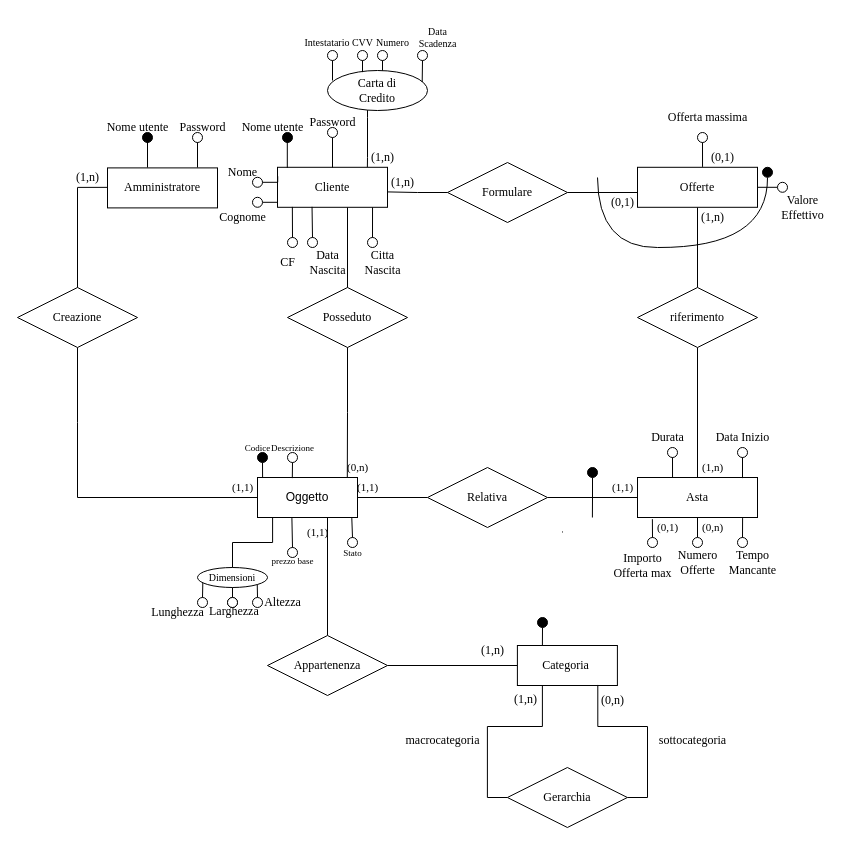
Before: materiale/Schemi Base E-R/Diagramma ER daRistrutturare.drawio in A-lex00/AsteOnlineBD, a draw.io diagram. Source tidied: cells renumbered, new cells numbered last; positions are measured from the earlier drawing's top-left corner, leaving out a move shared by most shapes. Both pictures are drawn from the tidied source at 100%, with x=0, y=0 at pixel (17, 17).
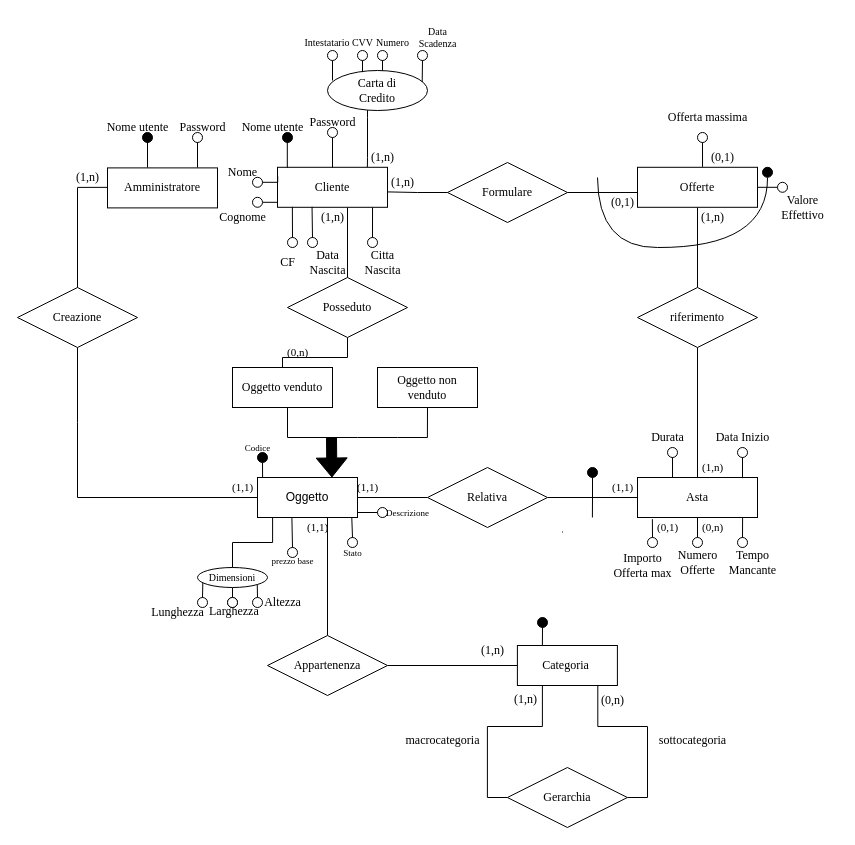
The same page after the edit.

Unchanged cells that the change refers to:
```xml
<mxCell id="109" value="Oggetto" style="whiteSpace=wrap;html=1;align=center;" parent="1" vertex="1">
  <mxGeometry x="240" y="460" width="100" height="40" as="geometry" />
</mxCell>
```

Diff of the diagram source:
```diff
@@
     <mxCell id="62" value="(0,n)" style="text;html=1;align=center;verticalAlign=middle;strokeColor=none;fillColor=none;fontFamily=Times New Roman;fontSize=11;fontColor=default;labelBackgroundColor=default;" parent="1" vertex="1">
-      <mxGeometry x="320" y="435" width="40" height="30" as="geometry" />
+      <mxGeometry x="260" y="320" width="40" height="30" as="geometry" />
     </mxCell>
     <mxCell id="63" value="(1,1)" style="text;html=1;align=center;verticalAlign=middle;strokeColor=none;fillColor=none;fontFamily=Times New Roman;fontSize=11;fontColor=default;labelBackgroundColor=default;" parent="1" vertex="1">
-      <mxGeometry x="280" y="500" width="40" height="30" as="geometry" />
+      <mxGeometry x="280" y="495" width="40" height="30" as="geometry" />
     </mxCell>
@@
+    <mxCell id="147" style="edgeStyle=orthogonalEdgeStyle;rounded=0;jettySize=auto;html=1;exitX=0.5;exitY=1;exitDx=0;exitDy=0;entryX=0.5;entryY=0;entryDx=0;entryDy=0;endArrow=none;startFill=0;" parent="1" edge="1" source="67" target="149">
+      <mxGeometry relative="1" as="geometry" />
+    </mxCell>
     <mxCell id="67" value="Posseduto" style="shape=rhombus;perimeter=rhombusPerimeter;whiteSpace=wrap;html=1;align=center;fontFamily=Times New Roman;" parent="1" vertex="1">
-      <mxGeometry x="270" y="270" width="120" height="60" as="geometry" />
+      <mxGeometry x="270" y="260" width="120" height="60" as="geometry" />
     </mxCell>
@@
-    <mxCell id="69" style="edgeStyle=orthogonalEdgeStyle;shape=connector;rounded=0;jettySize=auto;html=1;exitX=0.5;exitY=1;exitDx=0;exitDy=0;strokeColor=default;align=center;verticalAlign=middle;fontFamily=Times New Roman;fontSize=11;fontColor=default;labelBackgroundColor=default;startFill=0;endArrow=none;entryX=0.898;entryY=-0.003;entryDx=0;entryDy=0;entryPerimeter=0;" parent="1" edge="1" source="67" target="109">
-      <mxGeometry relative="1" as="geometry" />
-    </mxCell>
@@
     <mxCell id="119" style="ellipse;whiteSpace=wrap;html=1;" parent="1" vertex="1">
-      <mxGeometry x="270" y="435" width="10" height="10" as="geometry" />
+      <mxGeometry x="360" y="490" width="10" height="10" as="geometry" />
     </mxCell>
@@
     <mxCell id="122" value="&lt;font style=&quot;font-size: 9px;&quot;&gt;Descrizione&lt;/font&gt;" style="text;html=1;align=center;verticalAlign=middle;strokeColor=none;fillColor=none;fontFamily=Times New Roman;" parent="1" vertex="1">
-      <mxGeometry x="240" y="415" width="70" height="30" as="geometry" />
+      <mxGeometry x="355" y="480" width="70" height="30" as="geometry" />
     </mxCell>
-    <mxCell id="123" style="edgeStyle=orthogonalEdgeStyle;rounded=0;jettySize=auto;html=1;exitX=0.5;exitY=1;exitDx=0;exitDy=0;entryX=0.348;entryY=0.016;entryDx=0;entryDy=0;entryPerimeter=0;endArrow=none;startFill=0;" parent="1" edge="1" source="119" target="109">
-      <mxGeometry relative="1" as="geometry" />
-    </mxCell>
@@
+    <mxCell id="148" style="edgeStyle=orthogonalEdgeStyle;rounded=0;jettySize=auto;html=1;exitX=0.5;exitY=1;exitDx=0;exitDy=0;endArrow=none;startFill=0;" parent="1" edge="1" source="149">
+      <mxGeometry relative="1" as="geometry">
+        <mxPoint x="270" y="420" as="targetPoint" />
+      </mxGeometry>
+    </mxCell>
+    <mxCell id="149" value="&lt;font face=&quot;Times New Roman&quot;&gt;Oggetto venduto&lt;/font&gt;" style="whiteSpace=wrap;html=1;align=center;" parent="1" vertex="1">
+      <mxGeometry x="215" y="350" width="100" height="40" as="geometry" />
+    </mxCell>
+    <mxCell id="150" style="edgeStyle=orthogonalEdgeStyle;rounded=0;jettySize=auto;html=1;exitX=0.5;exitY=1;exitDx=0;exitDy=0;endArrow=none;startFill=0;" parent="1" edge="1" source="151">
+      <mxGeometry relative="1" as="geometry">
+        <mxPoint x="409.9" y="420" as="targetPoint" />
+      </mxGeometry>
+    </mxCell>
+    <mxCell id="151" value="&lt;font face=&quot;Times New Roman&quot;&gt;Oggetto non venduto&lt;/font&gt;" style="whiteSpace=wrap;html=1;align=center;" parent="1" vertex="1">
+      <mxGeometry x="360" y="350" width="100" height="40" as="geometry" />
+    </mxCell>
+    <mxCell id="152" style="shape=flexArrow;endArrow=classic;html=1;rounded=0;entryX=0.5;entryY=1;entryDx=0;entryDy=0;labelBackgroundColor=none;fillColor=#000000;" parent="1" edge="1">
+      <mxGeometry relative="1" as="geometry">
+        <mxPoint x="314" y="420" as="sourcePoint" />
+        <mxPoint x="314.4" y="460" as="targetPoint" />
+      </mxGeometry>
+    </mxCell>
+    <mxCell id="153" value="&lt;font&gt;(1,n)&lt;/font&gt;" style="text;html=1;align=center;verticalAlign=middle;strokeColor=none;fillColor=none;fontFamily=Times New Roman;fontSize=12;fontColor=default;labelBackgroundColor=default;" parent="1" vertex="1">
+      <mxGeometry x="290" y="184.8" width="50" height="30" as="geometry" />
+    </mxCell>
+    <mxCell id="123" style="edgeStyle=orthogonalEdgeStyle;rounded=0;jettySize=auto;html=1;exitX=0;exitY=0.5;exitDx=0;exitDy=0;entryX=1;entryY=0.852;entryDx=0;entryDy=0;entryPerimeter=0;endArrow=none;startFill=0;" parent="1" edge="1" source="119" target="109">
+      <mxGeometry relative="1" as="geometry" />
+    </mxCell>
+    <mxCell id="154" style="edgeStyle=orthogonalEdgeStyle;rounded=0;orthogonalLoop=1;jettySize=auto;html=1;endArrow=none;startFill=0;" parent="1" edge="1">
+      <mxGeometry relative="1" as="geometry">
+        <mxPoint x="410" y="420" as="sourcePoint" />
+        <mxPoint x="340" y="420" as="targetPoint" />
+        <Array as="points">
+          <mxPoint x="380" y="420" />
+          <mxPoint x="380" y="420" />
+        </Array>
+      </mxGeometry>
+    </mxCell>
+    <mxCell id="155" style="endArrow=none;html=1;rounded=0;" parent="1" edge="1">
+      <mxGeometry relative="1" as="geometry">
+        <mxPoint x="270" y="420" as="sourcePoint" />
+        <mxPoint x="340" y="420" as="targetPoint" />
+      </mxGeometry>
+    </mxCell>
```
